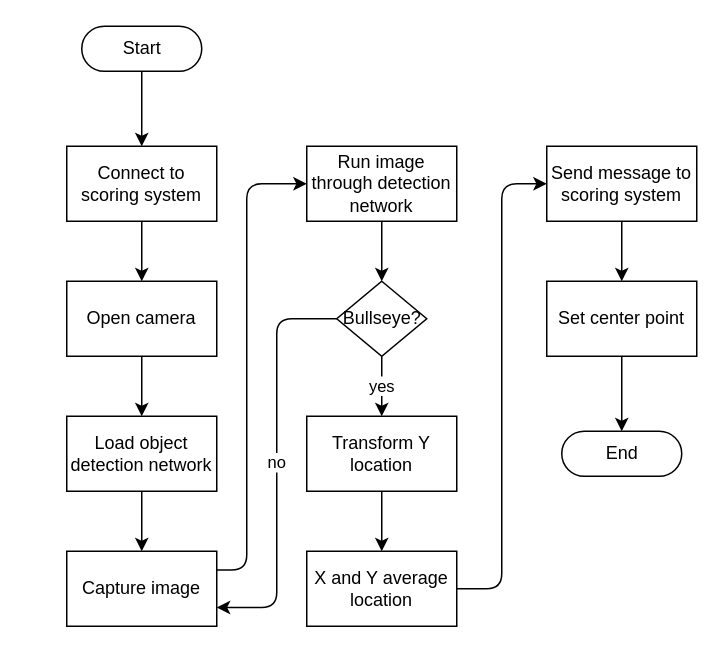
Above: page "Idle Start Logic" (3 of 9) of imaging/documentation/Imaging_System_Schematics.drawio in kparlak/dart-scoring-system (draw.io), before the change. Source tidied: cells renumbered, new cells numbered last; positions are measured from the earlier drawing's top-left corner, leaving out a move shared by most shapes. Both pictures are drawn from the tidied source at 150%, with x=0, y=0 at pixel (66, 26).
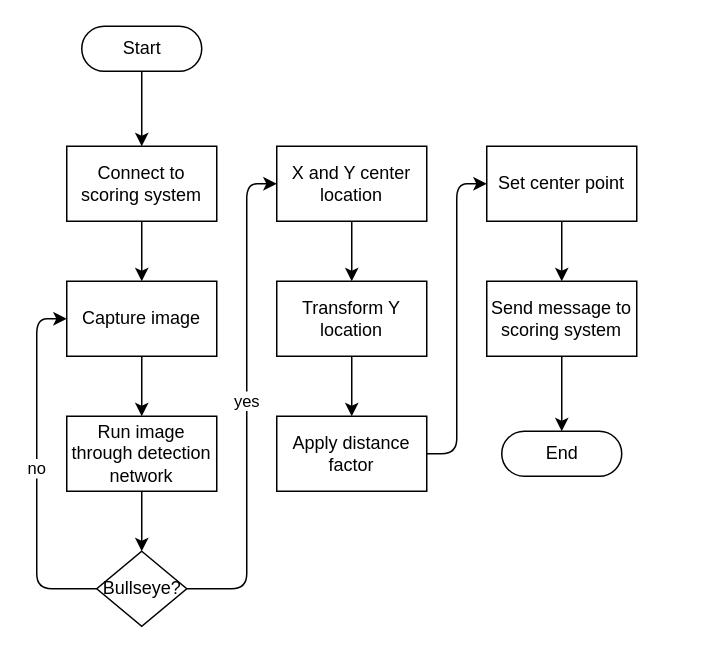
Above is the later version.

Unchanged cells that the change refers to:
```xml
<mxCell id="10" value="Connect to scoring system" style="html=1;dashed=0;whitespace=wrap;whiteSpace=wrap;" parent="1" vertex="1">
  <mxGeometry y="80" width="100" height="50" as="geometry" />
</mxCell>
```

What changed in the source:
```diff
@@
-    <mxCell id="4" style="edgeStyle=orthogonalEdgeStyle;rounded=1;jettySize=auto;html=1;exitX=0.5;exitY=1;exitDx=0;exitDy=0;entryX=0.5;entryY=0;entryDx=0;entryDy=0;strokeColor=#000000;" parent="1" edge="1" source="5" target="7">
-      <mxGeometry relative="1" as="geometry" />
-    </mxCell>
-    <mxCell id="5" value="Open camera" style="html=1;dashed=0;whitespace=wrap;whiteSpace=wrap;" parent="1" vertex="1">
-      <mxGeometry y="170" width="100" height="50" as="geometry" />
-    </mxCell>
-    <mxCell id="6" style="edgeStyle=orthogonalEdgeStyle;rounded=1;jettySize=auto;html=1;exitX=0.5;exitY=1;exitDx=0;exitDy=0;entryX=0.5;entryY=0;entryDx=0;entryDy=0;strokeColor=#000000;" parent="1" edge="1" source="7" target="12">
-      <mxGeometry relative="1" as="geometry" />
-    </mxCell>
-    <mxCell id="7" value="Load object detection network" style="html=1;dashed=0;whitespace=wrap;whiteSpace=wrap;" parent="1" vertex="1">
-      <mxGeometry y="260" width="100" height="50" as="geometry" />
-    </mxCell>
     <mxCell id="8" value="End" style="html=1;dashed=0;whitespace=wrap;shape=mxgraph.dfd.start;" parent="1" vertex="1">
-      <mxGeometry x="330" y="270" width="80" height="30" as="geometry" />
+      <mxGeometry x="290" y="270" width="80" height="30" as="geometry" />
     </mxCell>
-    <mxCell id="9" style="edgeStyle=orthogonalEdgeStyle;rounded=1;jettySize=auto;html=1;exitX=0.5;exitY=1;exitDx=0;exitDy=0;entryX=0.5;entryY=0;entryDx=0;entryDy=0;strokeColor=#000000;" parent="1" edge="1" source="10" target="5">
+    <mxCell id="9" style="edgeStyle=orthogonalEdgeStyle;rounded=1;jettySize=auto;html=1;exitX=0.5;exitY=1;exitDx=0;exitDy=0;entryX=0.5;entryY=0;entryDx=0;entryDy=0;strokeColor=#000000;" parent="1" edge="1" source="10" target="12">
       <mxGeometry relative="1" as="geometry" />
     </mxCell>
@@
-    <mxCell id="11" style="edgeStyle=orthogonalEdgeStyle;rounded=1;jettySize=auto;html=1;exitX=1;exitY=0.25;exitDx=0;exitDy=0;entryX=0;entryY=0.5;entryDx=0;entryDy=0;strokeColor=#000000;" parent="1" edge="1" source="12" target="14">
-      <mxGeometry relative="1" as="geometry">
-        <Array as="points">
-          <mxPoint x="120" y="363" />
-          <mxPoint x="120" y="105" />
-        </Array>
-      </mxGeometry>
+    <mxCell id="11" style="edgeStyle=orthogonalEdgeStyle;rounded=1;jettySize=auto;html=1;exitX=0.5;exitY=1;exitDx=0;exitDy=0;entryX=0.5;entryY=0;entryDx=0;entryDy=0;" parent="1" edge="1" source="12" target="14">
+      <mxGeometry relative="1" as="geometry" />
     </mxCell>
     <mxCell id="12" value="Capture image" style="html=1;dashed=0;whitespace=wrap;whiteSpace=wrap;" parent="1" vertex="1">
-      <mxGeometry y="350" width="100" height="50" as="geometry" />
+      <mxGeometry y="170" width="100" height="50" as="geometry" />
     </mxCell>
-    <mxCell id="13" style="edgeStyle=orthogonalEdgeStyle;rounded=1;jettySize=auto;html=1;exitX=0.5;exitY=1;exitDx=0;exitDy=0;entryX=0.5;entryY=0;entryDx=0;entryDy=0;strokeColor=#000000;" parent="1" edge="1" source="14" target="17">
+    <mxCell id="13" style="edgeStyle=orthogonalEdgeStyle;rounded=1;jettySize=auto;html=1;exitX=0.5;exitY=1;exitDx=0;exitDy=0;entryX=0.5;entryY=0;entryDx=0;entryDy=0;" parent="1" edge="1" source="14" target="17">
       <mxGeometry relative="1" as="geometry" />
     </mxCell>
     <mxCell id="14" value="Run image through detection network" style="html=1;dashed=0;whitespace=wrap;whiteSpace=wrap;" parent="1" vertex="1">
-      <mxGeometry x="160" y="80" width="100" height="50" as="geometry" />
+      <mxGeometry y="260" width="100" height="50" as="geometry" />
     </mxCell>
-    <mxCell id="15" value="no" style="edgeStyle=orthogonalEdgeStyle;rounded=1;jettySize=auto;html=1;exitX=0;exitY=0.5;exitDx=0;exitDy=0;entryX=1;entryY=0.75;entryDx=0;entryDy=0;strokeColor=#000000;" parent="1" edge="1" source="17" target="12">
+    <mxCell id="15" value="no" style="edgeStyle=orthogonalEdgeStyle;rounded=1;jettySize=auto;html=1;exitX=0;exitY=0.5;exitDx=0;exitDy=0;entryX=0;entryY=0.5;entryDx=0;entryDy=0;" parent="1" edge="1" source="17" target="12">
       <mxGeometry relative="1" as="geometry" />
     </mxCell>
-    <mxCell id="16" value="yes" style="edgeStyle=orthogonalEdgeStyle;rounded=0;jettySize=auto;html=1;exitX=0.5;exitY=1;exitDx=0;exitDy=0;entryX=0.5;entryY=0;entryDx=0;entryDy=0;" parent="1" edge="1" source="17" target="23">
-      <mxGeometry relative="1" as="geometry" />
+    <mxCell id="16" value="yes" style="edgeStyle=orthogonalEdgeStyle;rounded=1;jettySize=auto;html=1;exitX=1;exitY=0.5;exitDx=0;exitDy=0;entryX=0;entryY=0.5;entryDx=0;entryDy=0;" parent="1" edge="1" source="17" target="21">
+      <mxGeometry relative="1" as="geometry">
+        <Array as="points">
+          <mxPoint x="120" y="375" />
+          <mxPoint x="120" y="105" />
+        </Array>
+      </mxGeometry>
     </mxCell>
     <mxCell id="17" value="Bullseye?" style="shape=rhombus;html=1;dashed=0;whitespace=wrap;perimeter=rhombusPerimeter;" parent="1" vertex="1">
-      <mxGeometry x="180" y="170" width="60" height="50" as="geometry" />
+      <mxGeometry x="20" y="350" width="60" height="50" as="geometry" />
     </mxCell>
-    <mxCell id="18" style="edgeStyle=orthogonalEdgeStyle;rounded=1;jettySize=auto;html=1;exitX=0.5;exitY=1;exitDx=0;exitDy=0;entryX=0.5;entryY=0.5;entryDx=0;entryDy=-15;entryPerimeter=0;" parent="1" edge="1" source="19" target="8">
-      <mxGeometry relative="1" as="geometry" />
-    </mxCell>
+    <mxCell id="26" style="edgeStyle=orthogonalEdgeStyle;rounded=1;jettySize=auto;html=1;exitX=0.5;exitY=1;exitDx=0;exitDy=0;entryX=0.5;entryY=0;entryDx=0;entryDy=0;" parent="1" edge="1" source="19" target="25">
+      <mxGeometry relative="1" as="geometry" />
+    </mxCell>
     <mxCell id="19" value="Set center point" style="html=1;dashed=0;whitespace=wrap;whiteSpace=wrap;" parent="1" vertex="1">
-      <mxGeometry x="320" y="170" width="100" height="50" as="geometry" />
+      <mxGeometry x="280" y="80" width="100" height="50" as="geometry" />
     </mxCell>
-    <mxCell id="20" style="edgeStyle=orthogonalEdgeStyle;rounded=1;jettySize=auto;html=1;exitX=1;exitY=0.5;exitDx=0;exitDy=0;entryX=0;entryY=0.5;entryDx=0;entryDy=0;" parent="1" edge="1" source="21" target="25">
-      <mxGeometry relative="1" as="geometry" />
-    </mxCell>
+    <mxCell id="27" style="edgeStyle=orthogonalEdgeStyle;rounded=1;jettySize=auto;html=1;exitX=0.5;exitY=1;exitDx=0;exitDy=0;entryX=0.5;entryY=0;entryDx=0;entryDy=0;" parent="1" edge="1" source="21" target="23">
+      <mxGeometry relative="1" as="geometry" />
+    </mxCell>
-    <mxCell id="21" value="X and Y average location" style="html=1;dashed=0;whitespace=wrap;whiteSpace=wrap;" parent="1" vertex="1">
-      <mxGeometry x="160" y="350" width="100" height="50" as="geometry" />
+    <mxCell id="21" value="X and Y center location" style="html=1;dashed=0;whitespace=wrap;whiteSpace=wrap;" parent="1" vertex="1">
+      <mxGeometry x="140" y="80" width="100" height="50" as="geometry" />
     </mxCell>
-    <mxCell id="22" style="edgeStyle=orthogonalEdgeStyle;rounded=0;jettySize=auto;html=1;exitX=0.5;exitY=1;exitDx=0;exitDy=0;entryX=0.5;entryY=0;entryDx=0;entryDy=0;" parent="1" edge="1" source="23" target="21">
-      <mxGeometry relative="1" as="geometry" />
-    </mxCell>
+    <mxCell id="28" style="edgeStyle=orthogonalEdgeStyle;rounded=1;jettySize=auto;html=1;exitX=0.5;exitY=1;exitDx=0;exitDy=0;entryX=0.5;entryY=0;entryDx=0;entryDy=0;" parent="1" edge="1" source="23" target="31">
+      <mxGeometry relative="1" as="geometry" />
+    </mxCell>
     <mxCell id="23" value="Transform Y location" style="html=1;dashed=0;whitespace=wrap;whiteSpace=wrap;" parent="1" vertex="1">
-      <mxGeometry x="160" y="260" width="100" height="50" as="geometry" />
+      <mxGeometry x="140" y="170" width="100" height="50" as="geometry" />
     </mxCell>
-    <mxCell id="24" style="edgeStyle=orthogonalEdgeStyle;rounded=0;jettySize=auto;html=1;exitX=0.5;exitY=1;exitDx=0;exitDy=0;entryX=0.5;entryY=0;entryDx=0;entryDy=0;" parent="1" edge="1" source="25" target="19">
-      <mxGeometry relative="1" as="geometry" />
-    </mxCell>
+    <mxCell id="29" style="edgeStyle=orthogonalEdgeStyle;rounded=1;jettySize=auto;html=1;exitX=0.5;exitY=1;exitDx=0;exitDy=0;entryX=0.5;entryY=0.5;entryDx=0;entryDy=-15;entryPerimeter=0;" parent="1" edge="1" source="25" target="8">
+      <mxGeometry relative="1" as="geometry" />
+    </mxCell>
     <mxCell id="25" value="Send message to scoring system" style="html=1;dashed=0;whitespace=wrap;whiteSpace=wrap;" parent="1" vertex="1">
-      <mxGeometry x="320" y="80" width="100" height="50" as="geometry" />
+      <mxGeometry x="280" y="170" width="100" height="50" as="geometry" />
     </mxCell>
+    <mxCell id="30" style="edgeStyle=orthogonalEdgeStyle;rounded=1;jettySize=auto;html=1;exitX=1;exitY=0.5;exitDx=0;exitDy=0;entryX=0;entryY=0.5;entryDx=0;entryDy=0;" parent="1" edge="1" source="31" target="19">
+      <mxGeometry relative="1" as="geometry" />
+    </mxCell>
+    <mxCell id="31" value="Apply distance factor" style="html=1;dashed=0;whitespace=wrap;whiteSpace=wrap;" parent="1" vertex="1">
+      <mxGeometry x="140" y="260" width="100" height="50" as="geometry" />
+    </mxCell>
```
